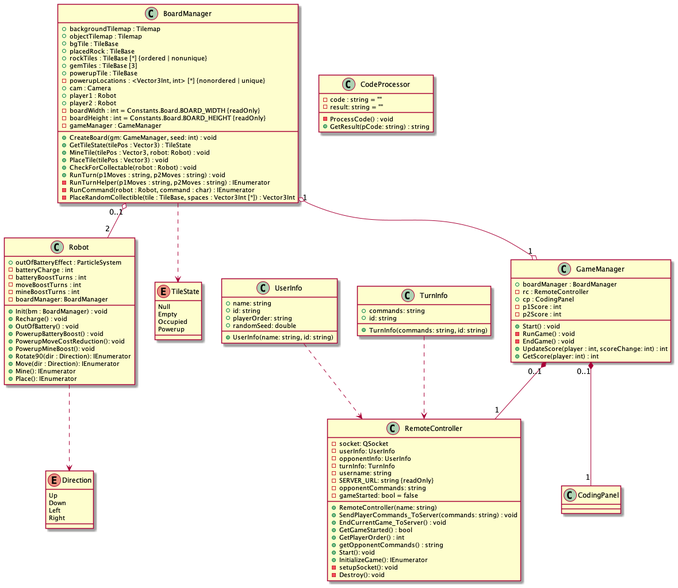
Above: docs/class_diagrams/out/robot_movement.png in cs130-w21/13 (PlantUML), before the change.
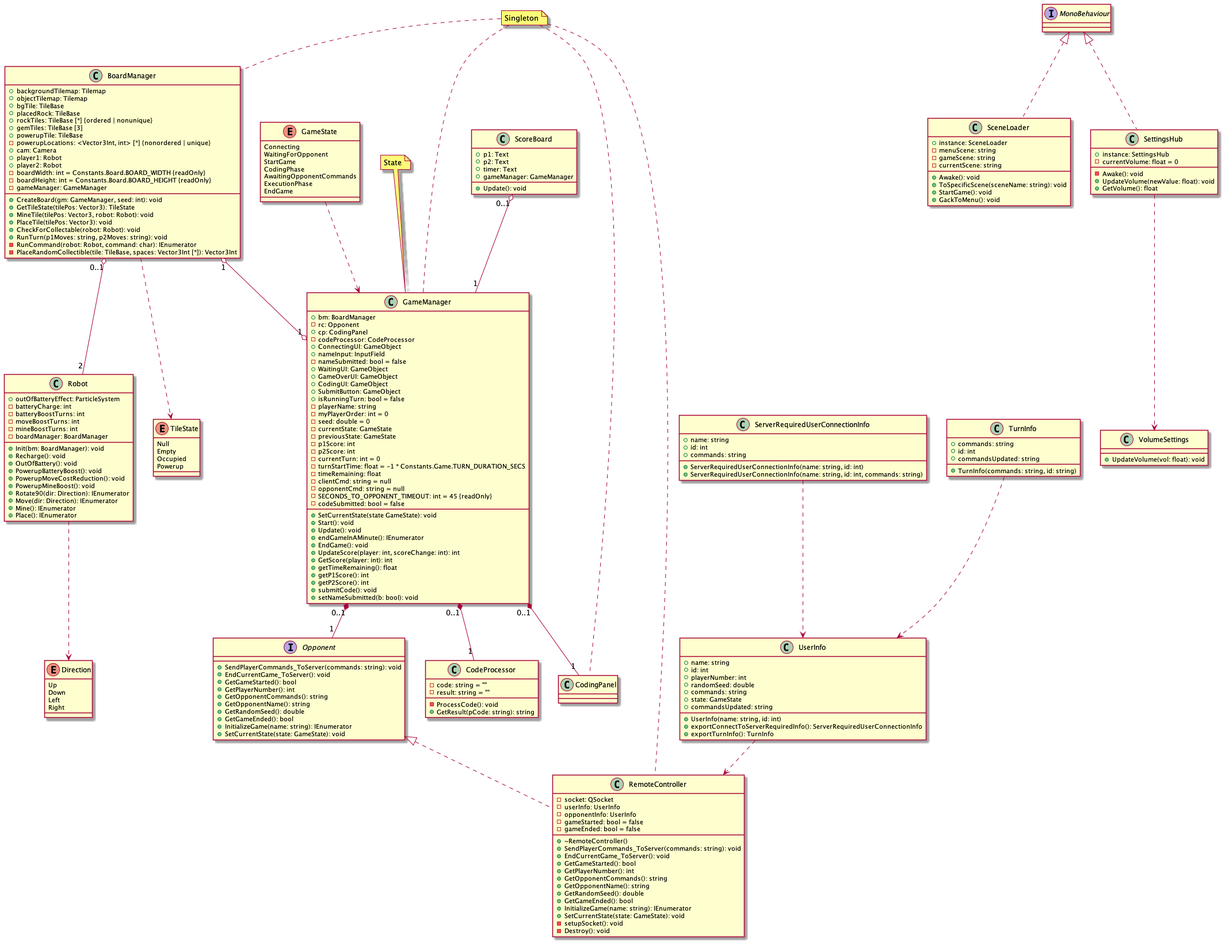
After the change.

Change to the diagram source:
```diff
@@ -10,20 +10,20 @@
 Robot ..> Direction
 
 class Robot {
-    + outOfBatteryEffect : ParticleSystem
-    - batteryCharge : int
-    - batteryBoostTurns : int
-    - moveBoostTurns : int
-    - mineBoostTurns : int
+    + outOfBatteryEffect: ParticleSystem
+    - batteryCharge: int
+    - batteryBoostTurns: int
+    - moveBoostTurns: int
+    - mineBoostTurns: int
     - boardManager: BoardManager
-    + Init(bm : BoardManager) : void
-    + Recharge() : void
-    + OutOfBattery() : void
-    + PowerupBatteryBoost() : void
+    + Init(bm: BoardManager): void
+    + Recharge(): void
+    + OutOfBattery(): void
+    + PowerupBatteryBoost(): void
     + PowerupMoveCostReduction(): void
     + PowerupMineBoost(): void
-    + Rotate90(dir : Direction): IEnumerator
-    + Move(dir : Direction): IEnumerator
+    + Rotate90(dir: Direction): IEnumerator
+    + Move(dir: Direction): IEnumerator
     + Mine(): IEnumerator
     + Place(): IEnumerator
 }
@@ -38,92 +38,201 @@
 BoardManager ..> TileState
 
 class BoardManager {
-    + backgroundTilemap : Tilemap
-    + objectTilemap : Tilemap
-    + bgTile : TileBase
-    + placedRock : TileBase
-    + rockTiles : TileBase [*] {ordered | nonunique}
-    + gemTiles : TileBase [3]
-    + powerupTile : TileBase
-    - powerupLocations : <Vector3Int, int> [*] {nonordered | unique}
-    + cam : Camera
-    + player1 : Robot
-    + player2 : Robot
-    - boardWidth : int = Constants.Board.BOARD_WIDTH {readOnly}
-    - boardHeight : int = Constants.Board.BOARD_HEIGHT {readOnly}
-    - gameManager : GameManager
-    + CreateBoard(gm: GameManager, seed: int) : void
-    + GetTileState(tilePos : Vector3) : TileState
-    + MineTile(tilePos : Vector3, robot: Robot) : void
-    + PlaceTile(tilePos : Vector3) : void
-    + CheckForCollectable(robot : Robot) : void
-    + RunTurn(p1Moves : string, p2Moves : string) : void
-    - RunTurnHelper(p1Moves : string, p2Moves : string) : IEnumerator
-    - RunCommand(robot : Robot, command : char) : IEnumerator
-    - PlaceRandomCollectible(tile : TileBase, spaces : Vector3Int [*]) : Vector3Int
+    + backgroundTilemap: Tilemap
+    + objectTilemap: Tilemap
+    + bgTile: TileBase
+    + placedRock: TileBase
+    + rockTiles: TileBase [*] {ordered | nonunique}
+    + gemTiles: TileBase [3]
+    + powerupTile: TileBase
+    - powerupLocations: <Vector3Int, int> [*] {nonordered | unique}
+    + cam: Camera
+    + player1: Robot
+    + player2: Robot
+    - boardWidth: int = Constants.Board.BOARD_WIDTH {readOnly}
+    - boardHeight: int = Constants.Board.BOARD_HEIGHT {readOnly}
+    - gameManager: GameManager
+    + CreateBoard(gm: GameManager, seed: int): void
+    + GetTileState(tilePos: Vector3): TileState
+    + MineTile(tilePos: Vector3, robot: Robot): void
+    + PlaceTile(tilePos: Vector3): void
+    + CheckForCollectable(robot: Robot): void
+    + RunTurn(p1Moves: string, p2Moves: string): void
+    - RunCommand(robot: Robot, command: char): IEnumerator
+    - PlaceRandomCollectible(tile: TileBase, spaces: Vector3Int [*]): Vector3Int
 }
 BoardManager "0..1" o-- "2" Robot
 BoardManager "1" o--o "1" GameManager
 
 
+enum GameState {
+    Connecting
+    WaitingForOpponent
+    StartGame
+    CodingPhase
+    AwaitingOpponentCommands
+    ExecutionPhase
+    EndGame
+}
+GameState ..> GameManager
+
+note "State" as n3
+n3 .. GameManager
+note "Singleton" as n4
+n4 .. GameManager
+n4 .. BoardManager
+n4 .. RemoteController
+n4 .. CodingPanel
+
 class GameManager {
-    + boardManager : BoardManager
-    - rc : RemoteController
-    + cp : CodingPanel
-    - p1Score : int
-    - p2Score : int
-    + Start() : void
-    - RunGame() : void
-    - EndGame() : void
-    + UpdateScore(player : int, scoreChange: int) : int
-    + GetScore(player: int) : int
+    + bm: BoardManager
+    - rc: Opponent
+    + cp: CodingPanel
+    - codeProcessor: CodeProcessor
+    + ConnectingUI: GameObject
+    + nameInput: InputField
+    - nameSubmitted: bool = false
+    + WaitingUI: GameObject
+    + GameOverUI: GameObject
+    + CodingUI: GameObject
+    + SubmitButton: GameObject
+    + isRunningTurn: bool = false
+    - playerName: string
+    - myPlayerOrder: int = 0
+    - seed: double = 0
+    - currentState: GameState
+    - previousState: GameState
+    - p1Score: int
+    - p2Score: int
+    - currentTurn: int = 0
+    - turnStartTime: float = -1 * Constants.Game.TURN_DURATION_SECS
+    - timeRemaining: float
+    - clientCmd: string = null
+    - opponentCmd: string = null
+    - SECONDS_TO_OPPONENT_TIMEOUT: int = 45 {readOnly}
+    - codeSubmitted: bool = false
+    + SetCurrentState(state GameState): void
+    + Start(): void
+    + Update(): void
+    + endGameInAMinute(): IEnumerator
+    + EndGame(): void
+    + UpdateScore(player: int, scoreChange: int): int
+    + GetScore(player: int): int
+    + getTimeRemaining(): float
+    + getP1Score(): int
+    + getP2Score(): int
+    + submitCode(): void
+    + setNameSubmitted(b: bool): void
 }
-GameManager "0..1" *-- "1" RemoteController
 GameManager "0..1" *-- "1" CodingPanel
+GameManager "0..1" *-- "1" CodeProcessor
+GameManager "0..1" *-- "1" Opponent
 
 
 class CodeProcessor {
-    - code : string = ""
+    - code: string = ""
     - result: string = ""
-    - ProcessCode() : void
-    + GetResult(pCode: string) : string
+    - ProcessCode(): void
+    + GetResult(pCode: string): string
 }
+
+class ScoreBoard {
+    + p1: Text
+    + p2: Text
+    + timer: Text
+    + gameManager: GameManager
+    + Update(): void
+}
+ScoreBoard "0..1" o-- "1" GameManager
+
+
+class SceneLoader implements MonoBehaviour {
+    + instance: SceneLoader
+    - menuScene: string
+    - gameScene: string
+    - currentScene: string
+    + Awake(): void
+    + ToSpecificScene(sceneName: string): void
+    + StartGame(): void
+    + GackToMenu(): void
+}
+
+class SettingsHub implements MonoBehaviour {
+    + instance: SettingsHub
+    - currentVolume: float = 0
+    - Awake(): void
+    + UpdateVolume(newValue: float): void
+    + GetVolume(): float
+}
+
+class VolumeSettings {
+    + UpdateVolume(vol: float): void
+}
+SettingsHub ..> VolumeSettings
 
 
 class UserInfo {
     + name: string
-    + id: string
-    + playerOrder: string
+    + id: int
+    + playerNumber: int
     + randomSeed: double
-    + UserInfo(name: string, id: string)
+    + commands: string
+    + state: GameState
+    + commandsUpdated: string
+    + UserInfo(name: string, id: int)
+    + exportConnectToServerRequiredInfo(): ServerRequiredUserConnectionInfo
+    + exportTurnInfo(): TurnInfo
 }
 UserInfo ..> RemoteController
 
+class ServerRequiredUserConnectionInfo {
+    + name: string
+    + id: int
+    + commands: string
+    + ServerRequiredUserConnectionInfo(name: string, id: int)
+    + ServerRequiredUserConnectionInfo(name: string, id: int, commands: string)
+}
+ServerRequiredUserConnectionInfo ..> UserInfo
+
 class TurnInfo {
     + commands: string
-    + id: string
+    + id: int
+    + commandsUpdated: string
     + TurnInfo(commands: string, id: string)
 }
-TurnInfo ..> RemoteController
+TurnInfo ..> UserInfo
 
 
-class RemoteController {
+interface Opponent {
+    + SendPlayerCommands_ToServer(commands: string): void
+    + EndCurrentGame_ToServer(): void
+    + GetGameStarted(): bool
+    + GetPlayerNumber(): int
+    + GetOpponentCommands(): string
+    + GetOpponentName(): string
+    + GetRandomSeed(): double
+    + GetGameEnded(): bool
+    + InitializeGame(name: string): IEnumerator
+    + SetCurrentState(state: GameState): void
+}
+
+class RemoteController implements Opponent {
     - socket: QSocket
     - userInfo: UserInfo
     - opponentInfo: UserInfo
-    - turnInfo: TurnInfo
-    - username: string
-    - SERVER_URL: string {readOnly}
-    - opponentCommands: string
     - gameStarted: bool = false
-    + RemoteController(name: string)
-    + SendPlayerCommands_ToServer(commands: string) : void
-    + EndCurrentGame_ToServer() : void
-    + GetGameStarted() : bool
-    + GetPlayerOrder() : int
-    + getOpponentCommands() : string
-    + Start(): void
-    + InitializeGame(): IEnumerator
+    - gameEnded: bool = false
+    + ~RemoteController()
+    + SendPlayerCommands_ToServer(commands: string): void
+    + EndCurrentGame_ToServer(): void
+    + GetGameStarted(): bool
+    + GetPlayerNumber(): int
+    + GetOpponentCommands(): string
+    + GetOpponentName(): string
+    + GetRandomSeed(): double
+    + GetGameEnded(): bool
+    + InitializeGame(name: string): IEnumerator
+    + SetCurrentState(state: GameState): void
     - setupSocket(): void
     - Destroy(): void
 }
```
